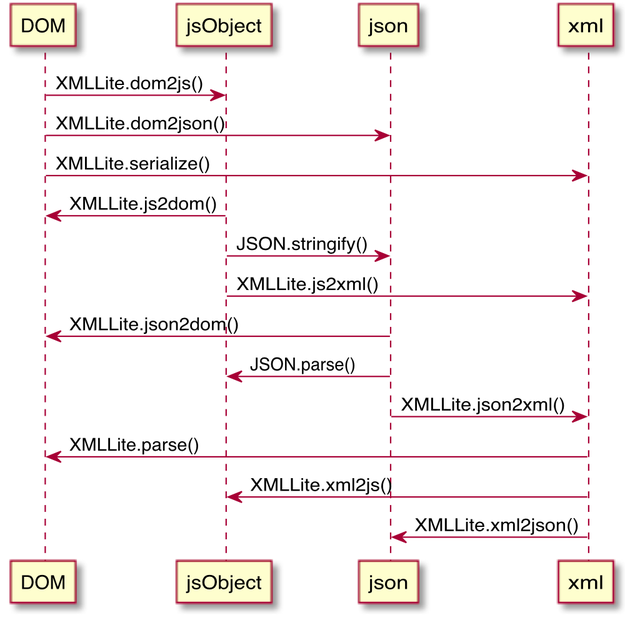
lite-js/xml keeps this PlantUML diagram as assets/converting.png. Above is the earlier version. Its source is kept beside it as assets/converting.plantuml.
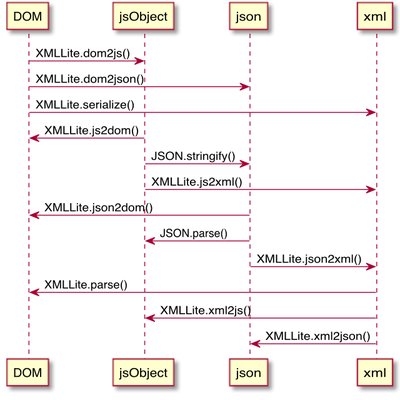
After the commit.

Diff of the diagram source:
```diff
@@ -1,14 +1,14 @@
 @startuml
-DOM -> jsObject: XMLLite.dom2js()
-DOM -> json: XMLLite.dom2json()
-DOM -> xml: XMLLite.serialize()
-jsObject -> DOM: XMLLite.js2dom()
-jsObject -> json: JSON.stringify()
-jsObject -> xml: XMLLite.js2xml()
-json -> DOM: XMLLite.json2dom()
-json -> jsObject: JSON.parse()
-json -> xml: XMLLite.json2xml()
-xml -> DOM: XMLLite.parse()
-xml -> jsObject: XMLLite.xml2js()
-xml -> json: XMLLite.xml2json()
+    DOM      -> jsObject : XMLLite.dom2js()
+    DOM      -> json     : XMLLite.dom2json()
+    DOM      -> xml      : XMLLite.serialize()
+    jsObject -> DOM      : XMLLite.js2dom()
+    jsObject -> json     : JSON.stringify()
+    jsObject -> xml      : XMLLite.js2xml()
+    json     -> DOM      : XMLLite.json2dom()
+    json     -> jsObject : JSON.parse()
+    json     -> xml      : XMLLite.json2xml()
+    xml      -> DOM      : XMLLite.parse()
+    xml      -> jsObject : XMLLite.xml2js()
+    xml      -> json     : XMLLite.xml2json()
 @enduml
```
